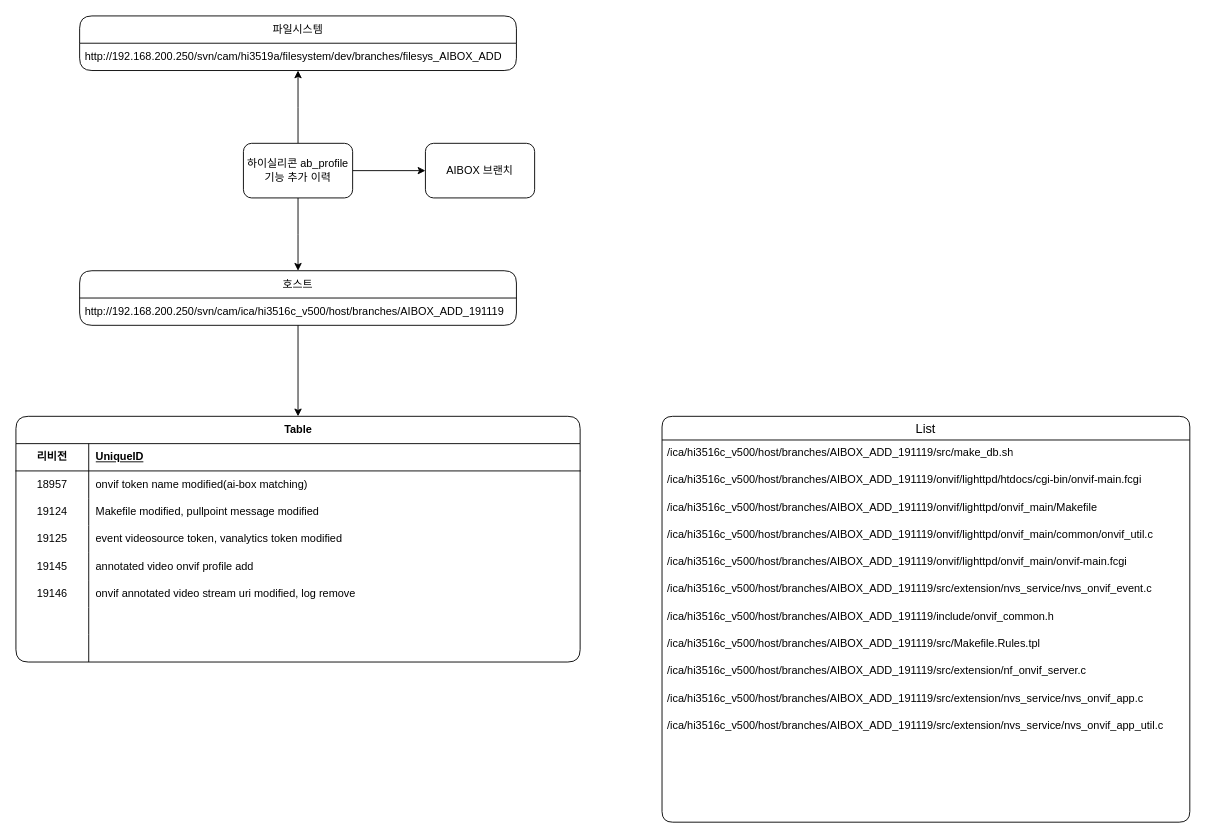
Earlier version of the draw.io diagram 하이실리콘_ab_profile기능 추가 이력.drawio (yanggungg/JHMK). Source tidied: cells renumbered, new cells numbered last; positions are measured from the earlier drawing's top-left corner, leaving out a move shared by most shapes. Both pictures are drawn from the tidied source at 91%, with x=0, y=0 at pixel (15, 15).
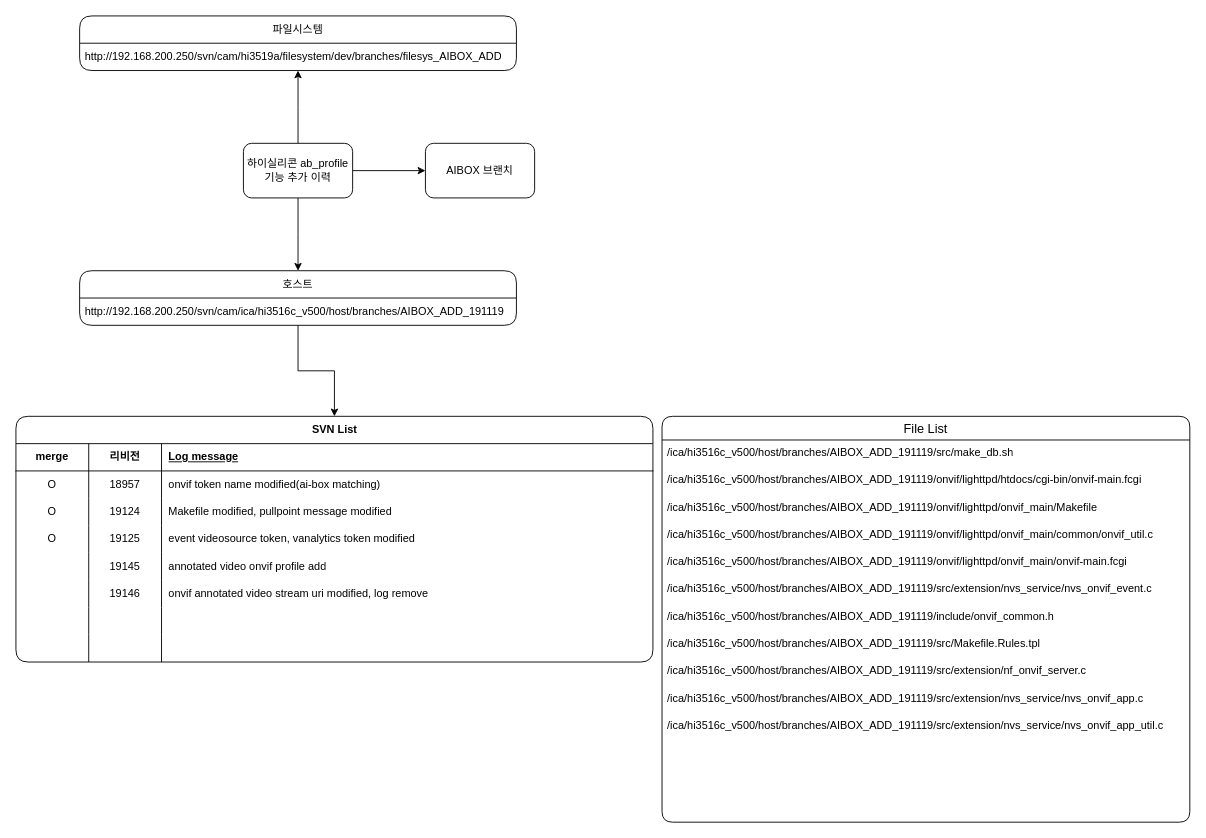
After the change.

Commit message:
하이실리콘_ab_profile기능 추가 이력.drawio 업데이트

The edit, as a diff of the source:
```diff
@@
-    <mxCell id="12" value="Table" style="shape=table;startSize=30;childLayout=tableLayout;rowLines=0;fontStyle=1;align=center;html=1;rounded=1;strokeColor=default;verticalAlign=middle;fontFamily=Helvetica;fontSize=12;fontColor=default;fillColor=default;" parent="1" vertex="1">
-      <mxGeometry y="440" width="620" height="270" as="geometry" />
+    <mxCell id="12" value="SVN List" style="shape=table;startSize=30;childLayout=tableLayout;rowLines=0;fontStyle=1;align=center;html=1;rounded=1;strokeColor=default;verticalAlign=middle;fontFamily=Helvetica;fontSize=12;fontColor=default;fillColor=default;" parent="1" vertex="1">
+      <mxGeometry y="440" width="700" height="270" as="geometry" />
     </mxCell>
     <mxCell id="13" style="shape=tableRow;horizontal=0;startSize=0;swimlaneHead=0;swimlaneBody=0;fillColor=none;top=0;left=0;right=0;bottom=1;rounded=1;strokeColor=default;align=center;verticalAlign=middle;fontFamily=Helvetica;fontSize=12;fontColor=default;" parent="12" vertex="1">
-      <mxGeometry y="30" width="620" height="30" as="geometry" />
+      <mxGeometry y="30" width="700" height="30" as="geometry" />
     </mxCell>
+    <mxCell id="52" value="merge" style="shape=partialRectangle;fillColor=none;top=0;left=0;bottom=0;right=0;fontStyle=1;overflow=hidden;whiteSpace=wrap;html=1;rounded=1;strokeColor=default;align=center;verticalAlign=middle;fontFamily=Helvetica;fontSize=12;fontColor=default;" parent="13" vertex="1">
+      <mxGeometry width="80" height="30" as="geometry" />
+    </mxCell>
     <mxCell id="14" value="리비전" style="shape=partialRectangle;fillColor=none;top=0;left=0;bottom=0;right=0;fontStyle=1;overflow=hidden;whiteSpace=wrap;html=1;rounded=1;strokeColor=default;align=center;verticalAlign=middle;fontFamily=Helvetica;fontSize=12;fontColor=default;" parent="13" vertex="1">
-      <mxGeometry width="80" height="30" as="geometry" />
+      <mxGeometry x="80" width="80" height="30" as="geometry" />
     </mxCell>
-    <mxCell id="15" value="UniqueID" style="shape=partialRectangle;fillColor=none;top=0;left=0;bottom=0;right=0;align=left;spacingLeft=6;fontStyle=5;overflow=hidden;whiteSpace=wrap;html=1;rounded=1;strokeColor=default;verticalAlign=middle;fontFamily=Helvetica;fontSize=12;fontColor=default;" parent="13" vertex="1">
-      <mxGeometry x="80" width="540" height="30" as="geometry" />
+    <mxCell id="15" value="Log message" style="shape=partialRectangle;fillColor=none;top=0;left=0;bottom=0;right=0;align=left;spacingLeft=6;fontStyle=5;overflow=hidden;whiteSpace=wrap;html=1;rounded=1;strokeColor=default;verticalAlign=middle;fontFamily=Helvetica;fontSize=12;fontColor=default;" parent="13" vertex="1">
+      <mxGeometry x="160" width="540" height="30" as="geometry" />
     </mxCell>
     <mxCell id="16" style="shape=tableRow;horizontal=0;startSize=0;swimlaneHead=0;swimlaneBody=0;fillColor=none;top=0;left=0;right=0;bottom=0;rounded=1;strokeColor=default;align=center;verticalAlign=middle;fontFamily=Helvetica;fontSize=12;fontColor=default;" parent="12" vertex="1">
-      <mxGeometry y="60" width="620" height="30" as="geometry" />
+      <mxGeometry y="60" width="700" height="30" as="geometry" />
     </mxCell>
+    <mxCell id="53" value="O" style="shape=partialRectangle;fillColor=none;top=0;left=0;bottom=0;right=0;overflow=hidden;whiteSpace=wrap;html=1;rounded=1;strokeColor=default;align=center;verticalAlign=middle;fontFamily=Helvetica;fontSize=12;fontColor=default;" parent="16" vertex="1">
+      <mxGeometry width="80" height="30" as="geometry" />
+    </mxCell>
     <mxCell id="17" value="18957" style="shape=partialRectangle;fillColor=none;top=0;left=0;bottom=0;right=0;overflow=hidden;whiteSpace=wrap;html=1;rounded=1;strokeColor=default;align=center;verticalAlign=middle;fontFamily=Helvetica;fontSize=12;fontColor=default;" parent="16" vertex="1">
-      <mxGeometry width="80" height="30" as="geometry" />
+      <mxGeometry x="80" width="80" height="30" as="geometry" />
     </mxCell>
     <mxCell id="18" value="onvif token name modified(ai-box matching)" style="shape=partialRectangle;fillColor=none;top=0;left=0;bottom=0;right=0;align=left;spacingLeft=6;overflow=hidden;whiteSpace=wrap;html=1;rounded=1;strokeColor=default;verticalAlign=middle;fontFamily=Helvetica;fontSize=12;fontColor=default;" parent="16" vertex="1">
-      <mxGeometry x="80" width="540" height="30" as="geometry" />
+      <mxGeometry x="160" width="540" height="30" as="geometry" />
     </mxCell>
-    <mxCell id="19" style="shape=tableRow;horizontal=0;startSize=0;swimlaneHead=0;swimlaneBody=0;fillColor=none;top=0;left=0;right=0;bottom=0;rounded=1;strokeColor=default;align=center;verticalAlign=middle;fontFamily=Helvetica;fontSize=12;fontColor=default;" parent="12" vertex="1">
-      <mxGeometry y="90" width="620" height="30" as="geometry" />
-    </mxCell>
+    <mxCell id="54" style="shape=tableRow;horizontal=0;startSize=0;swimlaneHead=0;swimlaneBody=0;fillColor=none;top=0;left=0;right=0;bottom=0;rounded=1;strokeColor=default;align=center;verticalAlign=middle;fontFamily=Helvetica;fontSize=12;fontColor=default;" parent="12" vertex="1">
+      <mxGeometry y="90" width="700" height="30" as="geometry" />
+    </mxCell>
+    <mxCell id="55" value="O" style="shape=partialRectangle;fillColor=none;top=0;left=0;bottom=0;right=0;overflow=hidden;whiteSpace=wrap;html=1;rounded=1;strokeColor=default;align=center;verticalAlign=middle;fontFamily=Helvetica;fontSize=12;fontColor=default;" parent="54" vertex="1">
+      <mxGeometry width="80" height="30" as="geometry" />
+    </mxCell>
-    <mxCell id="20" value="19124" style="shape=partialRectangle;fillColor=none;top=0;left=0;bottom=0;right=0;overflow=hidden;whiteSpace=wrap;html=1;rounded=1;strokeColor=default;align=center;verticalAlign=middle;fontFamily=Helvetica;fontSize=12;fontColor=default;" parent="19" vertex="1">
-      <mxGeometry width="80" height="30" as="geometry" />
+    <mxCell id="20" value="19124" style="shape=partialRectangle;fillColor=none;top=0;left=0;bottom=0;right=0;overflow=hidden;whiteSpace=wrap;html=1;rounded=1;strokeColor=default;align=center;verticalAlign=middle;fontFamily=Helvetica;fontSize=12;fontColor=default;" parent="54" vertex="1">
+      <mxGeometry x="80" width="80" height="30" as="geometry" />
     </mxCell>
-    <mxCell id="21" value="Makefile modified, pullpoint message modified" style="shape=partialRectangle;fillColor=none;top=0;left=0;bottom=0;right=0;align=left;spacingLeft=6;overflow=hidden;whiteSpace=wrap;html=1;rounded=1;strokeColor=default;verticalAlign=middle;fontFamily=Helvetica;fontSize=12;fontColor=default;" parent="19" vertex="1">
-      <mxGeometry x="80" width="540" height="30" as="geometry" />
+    <mxCell id="21" value="Makefile modified, pullpoint message modified" style="shape=partialRectangle;fillColor=none;top=0;left=0;bottom=0;right=0;align=left;spacingLeft=6;overflow=hidden;whiteSpace=wrap;html=1;rounded=1;strokeColor=default;verticalAlign=middle;fontFamily=Helvetica;fontSize=12;fontColor=default;" parent="54" vertex="1">
+      <mxGeometry x="160" width="540" height="30" as="geometry" />
     </mxCell>
     <mxCell id="22" style="shape=tableRow;horizontal=0;startSize=0;swimlaneHead=0;swimlaneBody=0;fillColor=none;top=0;left=0;right=0;bottom=0;rounded=1;strokeColor=default;align=center;verticalAlign=middle;fontFamily=Helvetica;fontSize=12;fontColor=default;" parent="12" vertex="1">
-      <mxGeometry y="120" width="620" height="30" as="geometry" />
+      <mxGeometry y="120" width="700" height="30" as="geometry" />
     </mxCell>
+    <mxCell id="56" value="O" style="shape=partialRectangle;fillColor=none;top=0;left=0;bottom=0;right=0;overflow=hidden;whiteSpace=wrap;html=1;rounded=1;strokeColor=default;align=center;verticalAlign=middle;fontFamily=Helvetica;fontSize=12;fontColor=default;" parent="22" vertex="1">
+      <mxGeometry width="80" height="30" as="geometry" />
+    </mxCell>
     <mxCell id="23" value="19125" style="shape=partialRectangle;fillColor=none;top=0;left=0;bottom=0;right=0;overflow=hidden;whiteSpace=wrap;html=1;rounded=1;strokeColor=default;align=center;verticalAlign=middle;fontFamily=Helvetica;fontSize=12;fontColor=default;" parent="22" vertex="1">
-      <mxGeometry width="80" height="30" as="geometry" />
+      <mxGeometry x="80" width="80" height="30" as="geometry" />
     </mxCell>
     <mxCell id="24" value="event videosource token, vanalytics token modified" style="shape=partialRectangle;fillColor=none;top=0;left=0;bottom=0;right=0;align=left;spacingLeft=6;overflow=hidden;whiteSpace=wrap;html=1;rounded=1;strokeColor=default;verticalAlign=middle;fontFamily=Helvetica;fontSize=12;fontColor=default;" parent="22" vertex="1">
-      <mxGeometry x="80" width="540" height="30" as="geometry" />
+      <mxGeometry x="160" width="540" height="30" as="geometry" />
     </mxCell>
     <mxCell id="25" style="shape=tableRow;horizontal=0;startSize=0;swimlaneHead=0;swimlaneBody=0;fillColor=none;top=0;left=0;right=0;bottom=0;rounded=1;strokeColor=default;align=center;verticalAlign=middle;fontFamily=Helvetica;fontSize=12;fontColor=default;" parent="12" vertex="1">
-      <mxGeometry y="150" width="620" height="30" as="geometry" />
+      <mxGeometry y="150" width="700" height="30" as="geometry" />
     </mxCell>
+    <mxCell id="57" style="shape=partialRectangle;fillColor=none;top=0;left=0;bottom=0;right=0;overflow=hidden;whiteSpace=wrap;html=1;rounded=1;strokeColor=default;align=center;verticalAlign=middle;fontFamily=Helvetica;fontSize=12;fontColor=default;" parent="25" vertex="1">
+      <mxGeometry width="80" height="30" as="geometry" />
+    </mxCell>
     <mxCell id="26" value="19145" style="shape=partialRectangle;fillColor=none;top=0;left=0;bottom=0;right=0;overflow=hidden;whiteSpace=wrap;html=1;rounded=1;strokeColor=default;align=center;verticalAlign=middle;fontFamily=Helvetica;fontSize=12;fontColor=default;" parent="25" vertex="1">
-      <mxGeometry width="80" height="30" as="geometry" />
+      <mxGeometry x="80" width="80" height="30" as="geometry" />
     </mxCell>
     <mxCell id="27" value="annotated video onvif profile add" style="shape=partialRectangle;fillColor=none;top=0;left=0;bottom=0;right=0;align=left;spacingLeft=6;overflow=hidden;whiteSpace=wrap;html=1;rounded=1;strokeColor=default;verticalAlign=middle;fontFamily=Helvetica;fontSize=12;fontColor=default;" parent="25" vertex="1">
-      <mxGeometry x="80" width="540" height="30" as="geometry" />
+      <mxGeometry x="160" width="540" height="30" as="geometry" />
     </mxCell>
     <mxCell id="28" style="shape=tableRow;horizontal=0;startSize=0;swimlaneHead=0;swimlaneBody=0;fillColor=none;top=0;left=0;right=0;bottom=0;rounded=1;strokeColor=default;align=center;verticalAlign=middle;fontFamily=Helvetica;fontSize=12;fontColor=default;" parent="12" vertex="1">
-      <mxGeometry y="180" width="620" height="30" as="geometry" />
+      <mxGeometry y="180" width="700" height="30" as="geometry" />
     </mxCell>
+    <mxCell id="58" style="shape=partialRectangle;fillColor=none;top=0;left=0;bottom=0;right=0;overflow=hidden;whiteSpace=wrap;html=1;rounded=1;strokeColor=default;align=center;verticalAlign=middle;fontFamily=Helvetica;fontSize=12;fontColor=default;" parent="28" vertex="1">
+      <mxGeometry width="80" height="30" as="geometry" />
+    </mxCell>
     <mxCell id="29" value="19146" style="shape=partialRectangle;fillColor=none;top=0;left=0;bottom=0;right=0;overflow=hidden;whiteSpace=wrap;html=1;rounded=1;strokeColor=default;align=center;verticalAlign=middle;fontFamily=Helvetica;fontSize=12;fontColor=default;" parent="28" vertex="1">
-      <mxGeometry width="80" height="30" as="geometry" />
+      <mxGeometry x="80" width="80" height="30" as="geometry" />
     </mxCell>
     <mxCell id="30" value="onvif annotated video stream uri modified, log remove" style="shape=partialRectangle;fillColor=none;top=0;left=0;bottom=0;right=0;align=left;spacingLeft=6;overflow=hidden;whiteSpace=wrap;html=1;rounded=1;strokeColor=default;verticalAlign=middle;fontFamily=Helvetica;fontSize=12;fontColor=default;" parent="28" vertex="1">
-      <mxGeometry x="80" width="540" height="30" as="geometry" />
+      <mxGeometry x="160" width="540" height="30" as="geometry" />
     </mxCell>
     <mxCell id="31" style="shape=tableRow;horizontal=0;startSize=0;swimlaneHead=0;swimlaneBody=0;fillColor=none;top=0;left=0;right=0;bottom=0;rounded=1;strokeColor=default;align=center;verticalAlign=middle;fontFamily=Helvetica;fontSize=12;fontColor=default;" parent="12" vertex="1">
-      <mxGeometry y="210" width="620" height="30" as="geometry" />
+      <mxGeometry y="210" width="700" height="30" as="geometry" />
     </mxCell>
+    <mxCell id="59" style="shape=partialRectangle;fillColor=none;top=0;left=0;bottom=0;right=0;overflow=hidden;whiteSpace=wrap;html=1;rounded=1;strokeColor=default;align=center;verticalAlign=middle;fontFamily=Helvetica;fontSize=12;fontColor=default;" parent="31" vertex="1">
+      <mxGeometry width="80" height="30" as="geometry" />
+    </mxCell>
     <mxCell id="32" style="shape=partialRectangle;fillColor=none;top=0;left=0;bottom=0;right=0;overflow=hidden;whiteSpace=wrap;html=1;rounded=1;strokeColor=default;align=center;verticalAlign=middle;fontFamily=Helvetica;fontSize=12;fontColor=default;" parent="31" vertex="1">
-      <mxGeometry width="80" height="30" as="geometry" />
+      <mxGeometry x="80" width="80" height="30" as="geometry" />
     </mxCell>
     <mxCell id="33" style="shape=partialRectangle;fillColor=none;top=0;left=0;bottom=0;right=0;align=left;spacingLeft=6;overflow=hidden;whiteSpace=wrap;html=1;rounded=1;strokeColor=default;verticalAlign=middle;fontFamily=Helvetica;fontSize=12;fontColor=default;" parent="31" vertex="1">
-      <mxGeometry x="80" width="540" height="30" as="geometry" />
+      <mxGeometry x="160" width="540" height="30" as="geometry" />
     </mxCell>
     <mxCell id="34" style="shape=tableRow;horizontal=0;startSize=0;swimlaneHead=0;swimlaneBody=0;fillColor=none;top=0;left=0;right=0;bottom=0;rounded=1;strokeColor=default;align=center;verticalAlign=middle;fontFamily=Helvetica;fontSize=12;fontColor=default;" parent="12" vertex="1">
-      <mxGeometry y="240" width="620" height="30" as="geometry" />
+      <mxGeometry y="240" width="700" height="30" as="geometry" />
     </mxCell>
+    <mxCell id="60" style="shape=partialRectangle;fillColor=none;top=0;left=0;bottom=0;right=0;overflow=hidden;whiteSpace=wrap;html=1;rounded=1;strokeColor=default;align=center;verticalAlign=middle;fontFamily=Helvetica;fontSize=12;fontColor=default;" parent="34" vertex="1">
+      <mxGeometry width="80" height="30" as="geometry" />
+    </mxCell>
     <mxCell id="35" style="shape=partialRectangle;fillColor=none;top=0;left=0;bottom=0;right=0;overflow=hidden;whiteSpace=wrap;html=1;rounded=1;strokeColor=default;align=center;verticalAlign=middle;fontFamily=Helvetica;fontSize=12;fontColor=default;" parent="34" vertex="1">
-      <mxGeometry width="80" height="30" as="geometry" />
+      <mxGeometry x="80" width="80" height="30" as="geometry" />
     </mxCell>
     <mxCell id="36" style="shape=partialRectangle;fillColor=none;top=0;left=0;bottom=0;right=0;align=left;spacingLeft=6;overflow=hidden;whiteSpace=wrap;html=1;rounded=1;strokeColor=default;verticalAlign=middle;fontFamily=Helvetica;fontSize=12;fontColor=default;" parent="34" vertex="1">
-      <mxGeometry x="80" width="540" height="30" as="geometry" />
+      <mxGeometry x="160" width="540" height="30" as="geometry" />
     </mxCell>
-    <mxCell id="37" value="List" style="swimlane;fontStyle=0;horizontal=1;startSize=26;align=center;fontSize=14;rounded=1;strokeColor=default;verticalAlign=middle;fontFamily=Helvetica;fontColor=default;fillColor=default;" parent="1" vertex="1">
+    <mxCell id="37" value="File List" style="swimlane;fontStyle=0;horizontal=1;startSize=26;align=center;fontSize=14;rounded=1;strokeColor=default;verticalAlign=middle;fontFamily=Helvetica;fontColor=default;fillColor=default;" parent="1" vertex="1">
       <mxGeometry x="710" y="440" width="580" height="446" as="geometry" />
     </mxCell>
```
